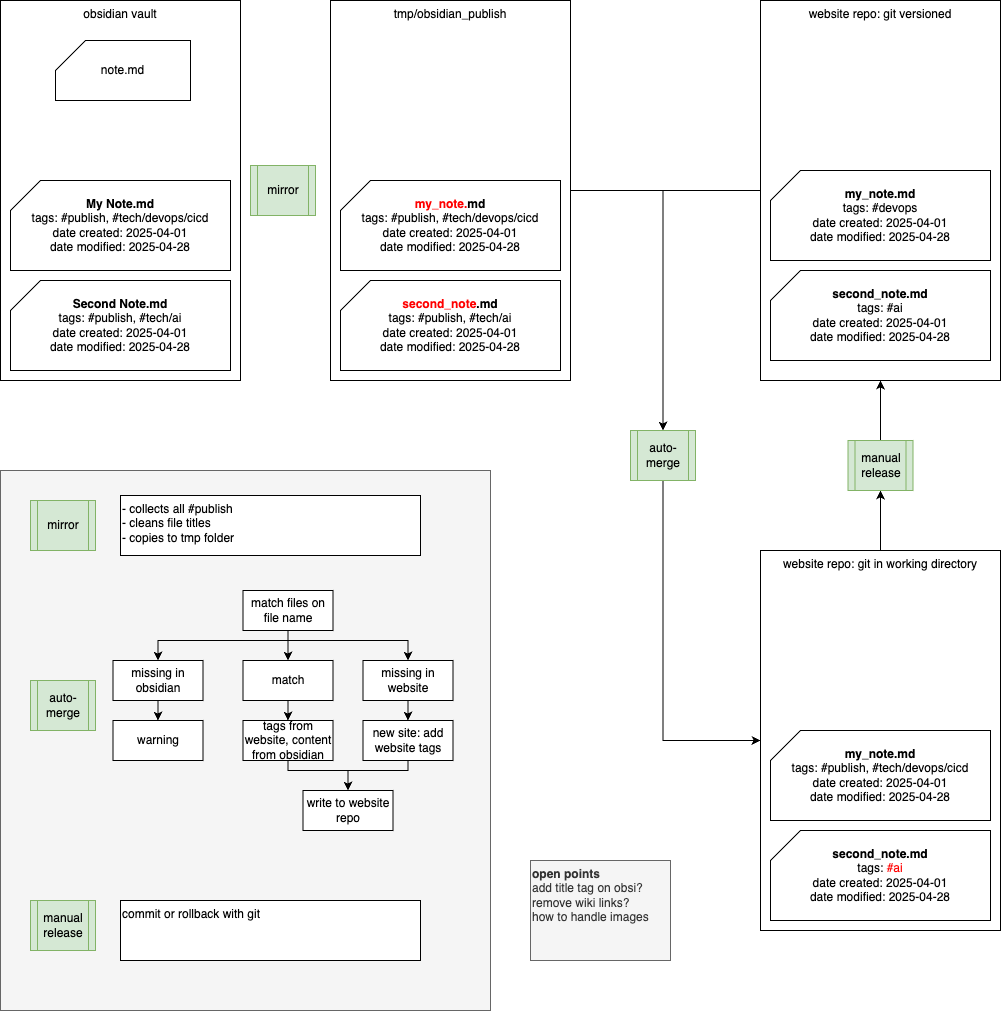
Before: obsidian_sync/obsidan-sync-overview.png, a diagram exported from draw.io (fabitosh/fabitosh.github.io). Source tidied: cells renumbered, new cells last; positions are measured from the earlier drawing's top-left corner, leaving out a move shared by most shapes.
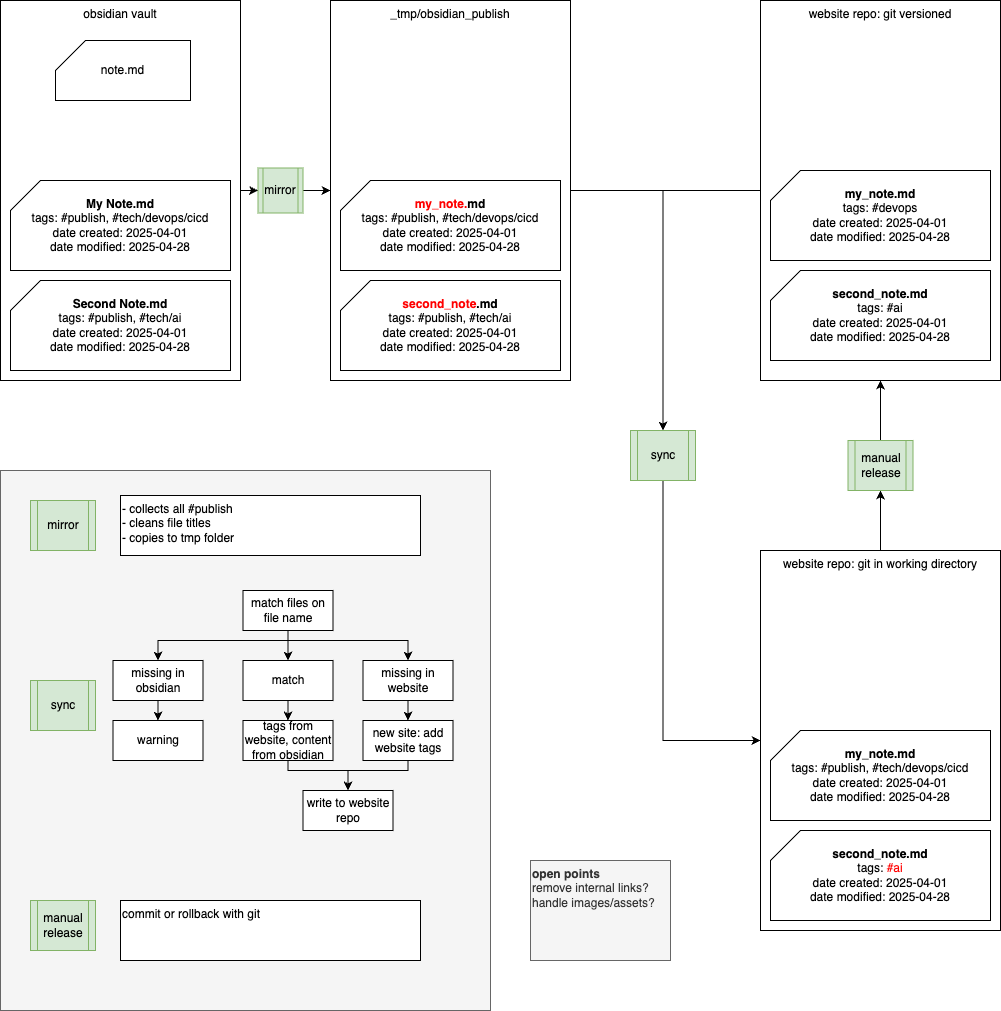
After the change.

Commit message:
docs: align function names

The edit, as a diff of the source:
```diff
@@ -5,6 +5,9 @@
     <mxCell id="2" style="rounded=0;whiteSpace=wrap;html=1;fillColor=#f5f5f5;fontColor=#333333;strokeColor=#666666;" parent="1" vertex="1">
       <mxGeometry y="470" width="490" height="540" as="geometry" />
     </mxCell>
+    <mxCell id="46" style="edgeStyle=orthogonalEdgeStyle;rounded=0;jettySize=auto;html=1;entryX=0;entryY=0.5;entryDx=0;entryDy=0;" parent="1" edge="1" source="3" target="15">
+      <mxGeometry relative="1" as="geometry" />
+    </mxCell>
     <mxCell id="3" value="obsidian vault" style="rounded=0;whiteSpace=wrap;html=1;verticalAlign=top;" parent="1" vertex="1">
       <mxGeometry width="240" height="380" as="geometry" />
     </mxCell>
@@ -32,7 +35,7 @@
     <mxCell id="11" style="edgeStyle=orthogonalEdgeStyle;rounded=0;jettySize=auto;html=1;" parent="1" edge="1" source="12" target="17">
       <mxGeometry relative="1" as="geometry" />
     </mxCell>
-    <mxCell id="12" value="tmp/obsidian_publish" style="rounded=0;whiteSpace=wrap;html=1;verticalAlign=top;" parent="1" vertex="1">
+    <mxCell id="12" value="_tmp/obsidian_publish" style="rounded=0;whiteSpace=wrap;html=1;verticalAlign=top;" parent="1" vertex="1">
       <mxGeometry x="330" width="240" height="380" as="geometry" />
     </mxCell>
     <mxCell id="13" value="&lt;b&gt;&lt;font style=&quot;color: rgb(255, 0, 0);&quot;&gt;second_note&lt;/font&gt;.md&lt;/b&gt;&lt;div&gt;tags: #publish, #tech/ai&lt;/div&gt;&lt;div&gt;date created: 2025-04-01&lt;/div&gt;&lt;div&gt;date modified: 2025-04-28&lt;/div&gt;" style="shape=card;whiteSpace=wrap;html=1;" parent="1" vertex="1">
@@ -41,8 +44,11 @@
     <mxCell id="14" value="&lt;b&gt;&lt;font style=&quot;color: rgb(255, 0, 0);&quot;&gt;my_note.&lt;/font&gt;&lt;font style=&quot;color: rgb(0, 0, 0);&quot;&gt;md&lt;/font&gt;&lt;/b&gt;&lt;div&gt;tags: #publish,&amp;nbsp;&lt;span style=&quot;background-color: transparent; color: light-dark(rgb(0, 0, 0), rgb(255, 255, 255));&quot;&gt;#tech/devops/cicd&lt;/span&gt;&lt;/div&gt;&lt;div&gt;date created: 2025-04-01&lt;/div&gt;&lt;div&gt;date modified: 2025-04-28&lt;/div&gt;" style="shape=card;whiteSpace=wrap;html=1;" parent="1" vertex="1">
       <mxGeometry x="340" y="180" width="220" height="90" as="geometry" />
     </mxCell>
+    <mxCell id="47" style="edgeStyle=orthogonalEdgeStyle;rounded=0;jettySize=auto;html=1;entryX=0;entryY=0.5;entryDx=0;entryDy=0;" parent="1" edge="1" source="15" target="12">
+      <mxGeometry relative="1" as="geometry" />
+    </mxCell>
     <mxCell id="15" value="mirror" style="shape=process;whiteSpace=wrap;html=1;backgroundOutline=1;fillColor=#d5e8d4;strokeColor=#82b366;" parent="1" vertex="1">
-      <mxGeometry x="250" y="165" width="65" height="50" as="geometry" />
+      <mxGeometry x="257.5" y="167.5" width="45" height="45" as="geometry" />
     </mxCell>
     <mxCell id="16" style="edgeStyle=orthogonalEdgeStyle;rounded=0;jettySize=auto;html=1;entryX=0;entryY=0.5;entryDx=0;entryDy=0;" parent="1" edge="1" source="17" target="19">
       <mxGeometry relative="1" as="geometry">
@@ -51,7 +57,7 @@
         </Array>
       </mxGeometry>
     </mxCell>
-    <mxCell id="17" value="auto-merge" style="shape=process;whiteSpace=wrap;html=1;backgroundOutline=1;fillColor=#d5e8d4;strokeColor=#82b366;" parent="1" vertex="1">
+    <mxCell id="17" value="sync" style="shape=process;whiteSpace=wrap;html=1;backgroundOutline=1;fillColor=#d5e8d4;strokeColor=#82b366;" parent="1" vertex="1">
       <mxGeometry x="630" y="430" width="65" height="50" as="geometry" />
     </mxCell>
     <mxCell id="18" style="edgeStyle=orthogonalEdgeStyle;rounded=0;jettySize=auto;html=1;exitX=0.5;exitY=0;exitDx=0;exitDy=0;entryX=0.5;entryY=1;entryDx=0;entryDy=0;" parent="1" edge="1" source="19" target="27">
@@ -72,10 +78,10 @@
     <mxCell id="23" value="&lt;span style=&quot;background-color: transparent; color: light-dark(rgb(0, 0, 0), rgb(255, 255, 255));&quot;&gt;- collects all #publish&lt;/span&gt;&lt;br&gt;&lt;span style=&quot;background-color: transparent; color: light-dark(rgb(0, 0, 0), rgb(255, 255, 255));&quot;&gt;- cleans file titles&lt;/span&gt;&lt;div&gt;&lt;span style=&quot;background-color: transparent; color: light-dark(rgb(0, 0, 0), rgb(255, 255, 255));&quot;&gt;- copies to tmp folder&lt;/span&gt;&lt;/div&gt;" style="rounded=0;whiteSpace=wrap;html=1;align=left;verticalAlign=top;" parent="1" vertex="1">
       <mxGeometry x="120" y="495" width="300" height="60" as="geometry" />
     </mxCell>
-    <mxCell id="24" value="auto-merge" style="shape=process;whiteSpace=wrap;html=1;backgroundOutline=1;fillColor=#d5e8d4;strokeColor=#82b366;" parent="1" vertex="1">
+    <mxCell id="24" value="sync" style="shape=process;whiteSpace=wrap;html=1;backgroundOutline=1;fillColor=#d5e8d4;strokeColor=#82b366;" parent="1" vertex="1">
       <mxGeometry x="30" y="680" width="65" height="50" as="geometry" />
     </mxCell>
-    <mxCell id="25" value="&lt;div&gt;&lt;b&gt;open points&lt;/b&gt;&lt;/div&gt;add title tag on obsi?&lt;div&gt;&lt;div&gt;remove wiki links?&lt;/div&gt;&lt;/div&gt;&lt;div&gt;how to handle images&lt;/div&gt;" style="rounded=0;whiteSpace=wrap;html=1;align=left;verticalAlign=top;fillColor=#f5f5f5;fontColor=#333333;strokeColor=#666666;" parent="1" vertex="1">
+    <mxCell id="25" value="&lt;div&gt;&lt;b&gt;open points&lt;/b&gt;&lt;/div&gt;&lt;div&gt;&lt;div&gt;remove internal links?&lt;/div&gt;&lt;/div&gt;&lt;div&gt;handle images/assets?&lt;/div&gt;" style="rounded=0;whiteSpace=wrap;html=1;align=left;verticalAlign=top;fillColor=#f5f5f5;fontColor=#333333;strokeColor=#666666;" parent="1" vertex="1">
       <mxGeometry x="530" y="860" width="140" height="100" as="geometry" />
     </mxCell>
     <mxCell id="26" style="edgeStyle=orthogonalEdgeStyle;rounded=0;jettySize=auto;html=1;exitX=0.5;exitY=0;exitDx=0;exitDy=0;entryX=0.5;entryY=1;entryDx=0;entryDy=0;" parent="1" edge="1" source="27" target="5">
```
